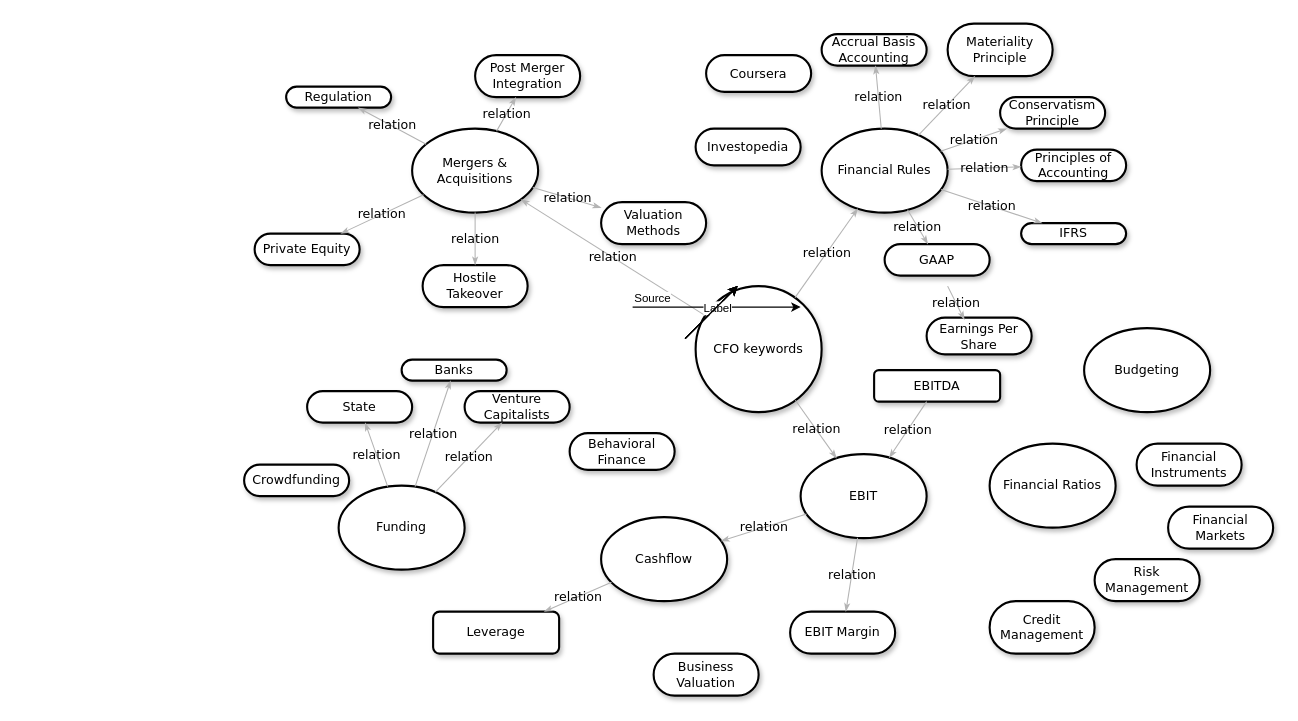
solomonsunder/mindmap keeps this draw.io diagram as Untitled Diagram.drawio. Above is the earlier version. Source tidied: cells renumbered, new cells numbered last; positions are measured from the earlier drawing's top-left corner, leaving out a move shared by most shapes. Both pictures are drawn from the tidied source at 105%, with x=0, y=0 at pixel (244, 23).
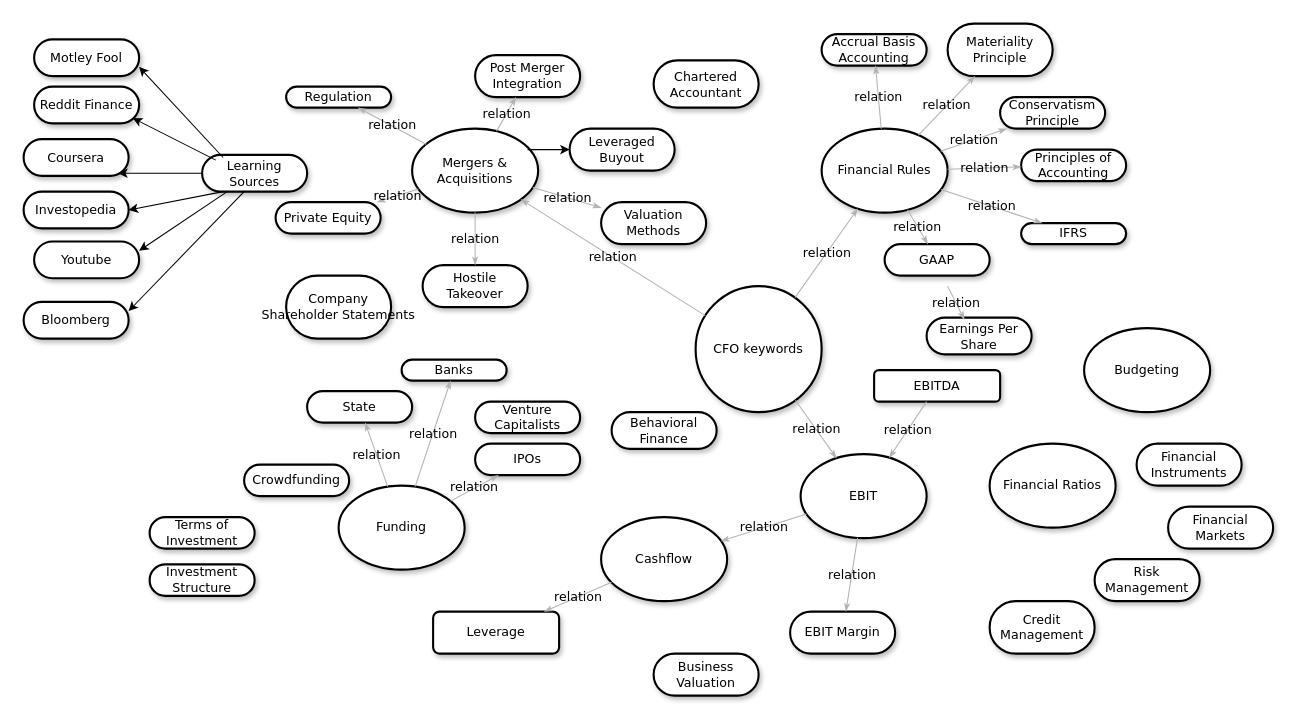
Above is the later version.

The edit, as a diff of the source:
```diff
@@
     <mxCell id="9" value="&lt;span&gt;Private Equity&lt;br&gt;&lt;/span&gt;" style="whiteSpace=wrap;html=1;rounded=1;shadow=1;comic=0;labelBackgroundColor=none;strokeWidth=2;fontFamily=Verdana;fontSize=12;align=center;arcSize=50;" parent="1" vertex="1">
-      <mxGeometry x="10" y="200" width="100" height="30" as="geometry" />
+      <mxGeometry x="30" y="170" width="100" height="30" as="geometry" />
     </mxCell>
@@
     <mxCell id="11" value="&lt;span&gt;Investopedia&lt;/span&gt;" style="whiteSpace=wrap;html=1;rounded=1;shadow=1;comic=0;labelBackgroundColor=none;strokeWidth=2;fontFamily=Verdana;fontSize=12;align=center;arcSize=50;" parent="1" vertex="1">
-      <mxGeometry x="430" y="100" width="100" height="35" as="geometry" />
+      <mxGeometry x="-210" y="160" width="100" height="35" as="geometry" />
     </mxCell>
@@
     <mxCell id="43" value="&lt;span&gt;Behavioral Finance&lt;/span&gt;" style="whiteSpace=wrap;html=1;rounded=1;shadow=1;comic=0;labelBackgroundColor=none;strokeWidth=2;fontFamily=Verdana;fontSize=12;align=center;arcSize=50;" parent="1" vertex="1">
-      <mxGeometry x="310" y="390" width="100" height="35" as="geometry" />
+      <mxGeometry x="350" y="370" width="100" height="35" as="geometry" />
     </mxCell>
@@
-    <mxCell id="48" value="&lt;span&gt;Venture Capitalists&lt;/span&gt;" style="whiteSpace=wrap;html=1;rounded=1;shadow=1;comic=0;labelBackgroundColor=none;strokeWidth=2;fontFamily=Verdana;fontSize=12;align=center;arcSize=50;" parent="1" vertex="1">
-      <mxGeometry x="210" y="350" width="100" height="30" as="geometry" />
+    <mxCell id="48" value="&lt;span&gt;IPOs&lt;/span&gt;" style="whiteSpace=wrap;html=1;rounded=1;shadow=1;comic=0;labelBackgroundColor=none;strokeWidth=2;fontFamily=Verdana;fontSize=12;align=center;arcSize=50;" parent="1" vertex="1">
+      <mxGeometry x="220" y="400" width="100" height="30" as="geometry" />
     </mxCell>
@@
     <mxCell id="56" value="&lt;span&gt;Coursera&lt;/span&gt;" style="whiteSpace=wrap;html=1;rounded=1;shadow=1;comic=0;labelBackgroundColor=none;strokeWidth=2;fontFamily=Verdana;fontSize=12;align=center;arcSize=50;" parent="1" vertex="1">
-      <mxGeometry x="440" y="30" width="100" height="35" as="geometry" />
+      <mxGeometry x="-210" y="110" width="100" height="35" as="geometry" />
     </mxCell>
@@
-    <mxCell id="58" style="endArrow=classic;html=1;rounded=0;" parent="1" edge="1">
-      <mxGeometry relative="1" as="geometry">
-        <mxPoint x="420" y="300" as="sourcePoint" />
-        <mxPoint x="470" y="250" as="targetPoint" />
-      </mxGeometry>
-    </mxCell>
-    <mxCell id="59" style="endArrow=classic;html=1;rounded=0;" parent="1" edge="1">
-      <mxGeometry relative="1" as="geometry">
-        <mxPoint x="420" y="300" as="sourcePoint" />
-        <mxPoint x="470" y="250" as="targetPoint" />
-      </mxGeometry>
-    </mxCell>
-    <mxCell id="60" style="endArrow=classic;html=1;rounded=0;" parent="1" edge="1">
-      <mxGeometry relative="1" as="geometry">
-        <mxPoint x="420" y="300" as="sourcePoint" />
-        <mxPoint x="470" y="250" as="targetPoint" />
-      </mxGeometry>
-    </mxCell>
-    <mxCell id="61" style="endArrow=classic;html=1;rounded=0;" parent="1" edge="1">
-      <mxGeometry relative="1" as="geometry">
-        <mxPoint x="370" y="270" as="sourcePoint" />
-        <mxPoint x="530" y="270" as="targetPoint" />
-      </mxGeometry>
-    </mxCell>
-    <mxCell id="62" value="Label" style="edgeLabel;html=1;align=center;verticalAlign=middle;" parent="61" vertex="1">
-      <mxGeometry relative="1" as="geometry" />
-    </mxCell>
-    <mxCell id="63" value="Source" style="edgeLabel;html=1;align=left;verticalAlign=bottom;" parent="61" vertex="1">
-      <mxGeometry x="-1" relative="1" as="geometry" />
-    </mxCell>
-    <mxCell id="64" style="endArrow=classic;html=1;rounded=0;" parent="1" edge="1">
-      <mxGeometry relative="1" as="geometry">
-        <mxPoint x="420" y="300" as="sourcePoint" />
-        <mxPoint x="470" y="250" as="targetPoint" />
-      </mxGeometry>
-    </mxCell>
-    <mxCell id="65" style="endArrow=classic;html=1;rounded=0;" parent="1" edge="1">
-      <mxGeometry relative="1" as="geometry">
-        <mxPoint x="420" y="300" as="sourcePoint" />
-        <mxPoint x="470" y="250" as="targetPoint" />
-      </mxGeometry>
-    </mxCell>
@@
+    <mxCell id="67" value="&lt;span&gt;Youtube&lt;/span&gt;" style="whiteSpace=wrap;html=1;rounded=1;shadow=1;comic=0;labelBackgroundColor=none;strokeWidth=2;fontFamily=Verdana;fontSize=12;align=center;arcSize=50;" parent="1" vertex="1">
+      <mxGeometry x="-200" y="207.5" width="100" height="35" as="geometry" />
+    </mxCell>
+    <mxCell id="68" value="&lt;span&gt;Company Shareholder&amp;nbsp;Statements&lt;/span&gt;" style="whiteSpace=wrap;html=1;rounded=1;shadow=1;comic=0;labelBackgroundColor=none;strokeWidth=2;fontFamily=Verdana;fontSize=12;align=center;arcSize=50;" parent="1" vertex="1">
+      <mxGeometry x="40" y="240" width="100" height="60" as="geometry" />
+    </mxCell>
+    <mxCell id="69" value="&lt;span&gt;Terms of Investment&lt;br&gt;&lt;/span&gt;" style="whiteSpace=wrap;html=1;rounded=1;shadow=1;comic=0;labelBackgroundColor=none;strokeWidth=2;fontFamily=Verdana;fontSize=12;align=center;arcSize=50;" parent="1" vertex="1">
+      <mxGeometry x="-90" y="470" width="100" height="30" as="geometry" />
+    </mxCell>
+    <mxCell id="70" value="&lt;span&gt;Investment Structure&lt;br&gt;&lt;/span&gt;" style="whiteSpace=wrap;html=1;rounded=1;shadow=1;comic=0;labelBackgroundColor=none;strokeWidth=2;fontFamily=Verdana;fontSize=12;align=center;arcSize=50;" parent="1" vertex="1">
+      <mxGeometry x="-90" y="515" width="100" height="30" as="geometry" />
+    </mxCell>
+    <mxCell id="71" value="&lt;span&gt;Reddit Finance&lt;/span&gt;" style="whiteSpace=wrap;html=1;rounded=1;shadow=1;comic=0;labelBackgroundColor=none;strokeWidth=2;fontFamily=Verdana;fontSize=12;align=center;arcSize=50;" parent="1" vertex="1">
+      <mxGeometry x="-200" y="60" width="100" height="35" as="geometry" />
+    </mxCell>
+    <mxCell id="72" value="&lt;span&gt;Motley Fool&lt;/span&gt;" style="whiteSpace=wrap;html=1;rounded=1;shadow=1;comic=0;labelBackgroundColor=none;strokeWidth=2;fontFamily=Verdana;fontSize=12;align=center;arcSize=50;" parent="1" vertex="1">
+      <mxGeometry x="-200" y="15" width="100" height="35" as="geometry" />
+    </mxCell>
+    <mxCell id="73" value="&lt;span&gt;Bloomberg&lt;/span&gt;" style="whiteSpace=wrap;html=1;rounded=1;shadow=1;comic=0;labelBackgroundColor=none;strokeWidth=2;fontFamily=Verdana;fontSize=12;align=center;arcSize=50;" parent="1" vertex="1">
+      <mxGeometry x="-210" y="265" width="100" height="35" as="geometry" />
+    </mxCell>
+    <mxCell id="74" value="&lt;span&gt;Chartered Accountant&lt;br&gt;&lt;/span&gt;" style="whiteSpace=wrap;html=1;rounded=1;shadow=1;comic=0;labelBackgroundColor=none;strokeWidth=2;fontFamily=Verdana;fontSize=12;align=center;arcSize=50;" parent="1" vertex="1">
+      <mxGeometry x="390" y="35" width="100" height="45" as="geometry" />
+    </mxCell>
+    <mxCell id="75" value="&lt;span&gt;Learning Sources&lt;/span&gt;" style="whiteSpace=wrap;html=1;rounded=1;shadow=1;comic=0;labelBackgroundColor=none;strokeWidth=2;fontFamily=Verdana;fontSize=12;align=center;arcSize=50;" parent="1" vertex="1">
+      <mxGeometry x="-40" y="125" width="100" height="35" as="geometry" />
+    </mxCell>
+    <mxCell id="76" style="endArrow=classic;html=1;rounded=0;entryX=1;entryY=0.75;entryDx=0;entryDy=0;" parent="1" edge="1" target="72">
+      <mxGeometry relative="1" as="geometry">
+        <mxPoint x="-20" y="127.5" as="sourcePoint" />
+      </mxGeometry>
+    </mxCell>
+    <mxCell id="77" style="endArrow=classic;html=1;rounded=0;entryX=0.94;entryY=0.857;entryDx=0;entryDy=0;entryPerimeter=0;exitX=0.13;exitY=0.143;exitDx=0;exitDy=0;exitPerimeter=0;" parent="1" edge="1" source="75" target="71">
+      <mxGeometry relative="1" as="geometry" />
+    </mxCell>
+    <mxCell id="78" style="edgeStyle=orthogonalEdgeStyle;rounded=0;jettySize=auto;html=1;entryX=0.9;entryY=0.929;entryDx=0;entryDy=0;entryPerimeter=0;" parent="1" edge="1" source="75" target="56">
+      <mxGeometry relative="1" as="geometry" />
+    </mxCell>
+    <mxCell id="79" style="endArrow=classic;html=1;rounded=0;entryX=1;entryY=0.5;entryDx=0;entryDy=0;" parent="1" edge="1" target="11">
+      <mxGeometry relative="1" as="geometry">
+        <mxPoint x="-20" y="160" as="sourcePoint" />
+      </mxGeometry>
+    </mxCell>
+    <mxCell id="80" style="endArrow=classic;html=1;rounded=0;entryX=1;entryY=0.25;entryDx=0;entryDy=0;" parent="1" edge="1" source="75" target="67">
+      <mxGeometry relative="1" as="geometry" />
+    </mxCell>
+    <mxCell id="81" style="endArrow=classic;html=1;rounded=0;entryX=1;entryY=0.25;entryDx=0;entryDy=0;" parent="1" edge="1" target="73">
+      <mxGeometry relative="1" as="geometry">
+        <mxPoint y="160" as="sourcePoint" />
+      </mxGeometry>
+    </mxCell>
+    <mxCell id="82" value="&lt;span&gt;Venture Capitalists&lt;/span&gt;" style="whiteSpace=wrap;html=1;rounded=1;shadow=1;comic=0;labelBackgroundColor=none;strokeWidth=2;fontFamily=Verdana;fontSize=12;align=center;arcSize=50;" parent="1" vertex="1">
+      <mxGeometry x="220" y="360" width="100" height="30" as="geometry" />
+    </mxCell>
+    <mxCell id="83" value="&lt;span&gt;Leveraged Buyout&lt;/span&gt;" style="whiteSpace=wrap;html=1;rounded=1;shadow=1;comic=0;labelBackgroundColor=none;strokeWidth=2;fontFamily=Verdana;fontSize=12;align=center;arcSize=50;" parent="1" vertex="1">
+      <mxGeometry x="310" y="100" width="100" height="40" as="geometry" />
+    </mxCell>
+    <mxCell id="84" style="endArrow=classic;html=1;rounded=0;entryX=0;entryY=0.5;entryDx=0;entryDy=0;" parent="1" edge="1" target="83">
+      <mxGeometry relative="1" as="geometry">
+        <mxPoint x="270" y="120" as="sourcePoint" />
+      </mxGeometry>
+    </mxCell>
```
